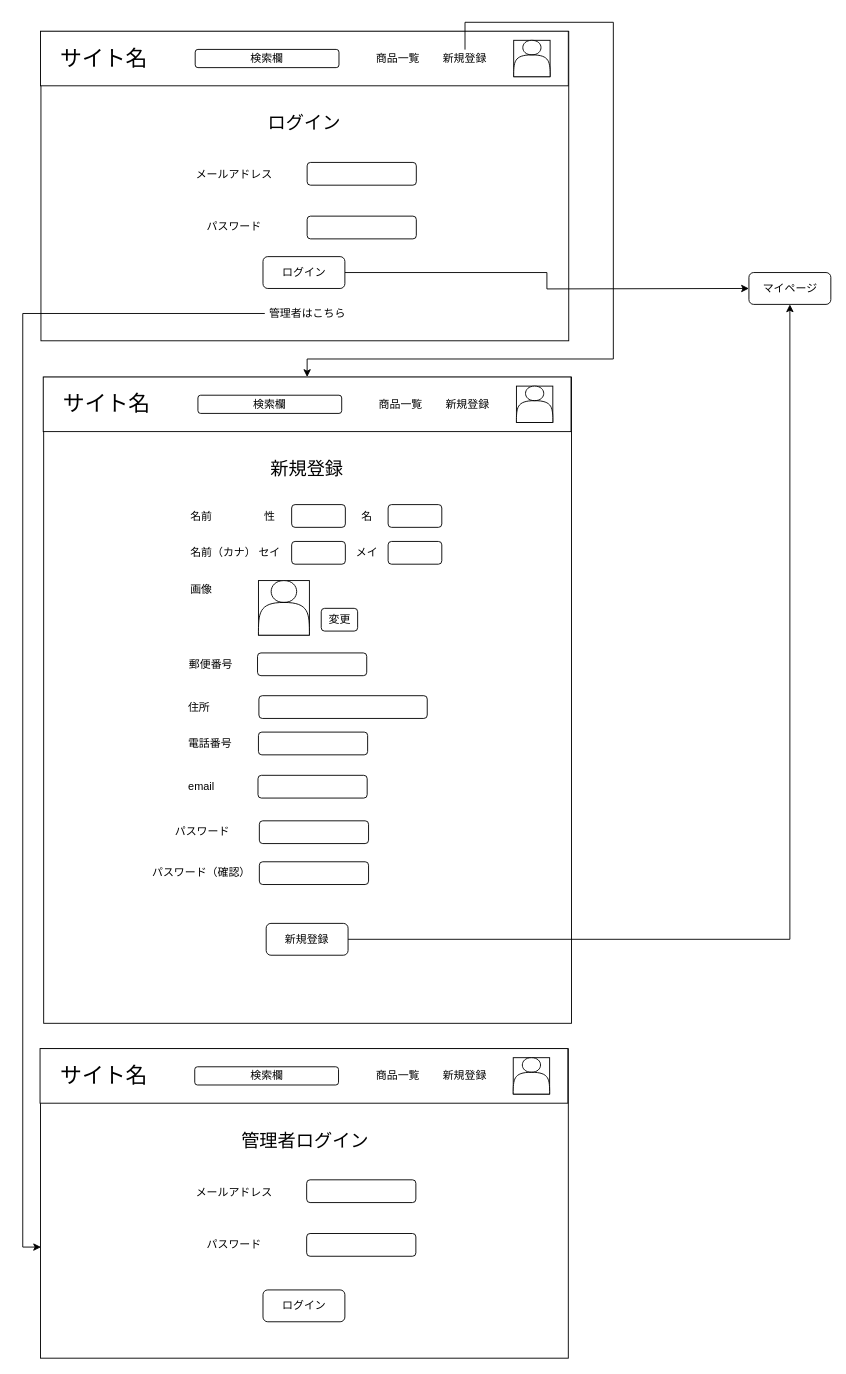
The draw.io diagram page "login" (2 of 3) of EC-site ワイヤーフレーム.drawio in saezurucrow/ec-site, before the edit. Source tidied: cells renumbered, new cells numbered last; positions are measured from the earlier drawing's top-left corner, leaving out a move shared by most shapes. Both pictures are drawn from the tidied source at 91%, with x=0, y=0 at pixel (23, 22).
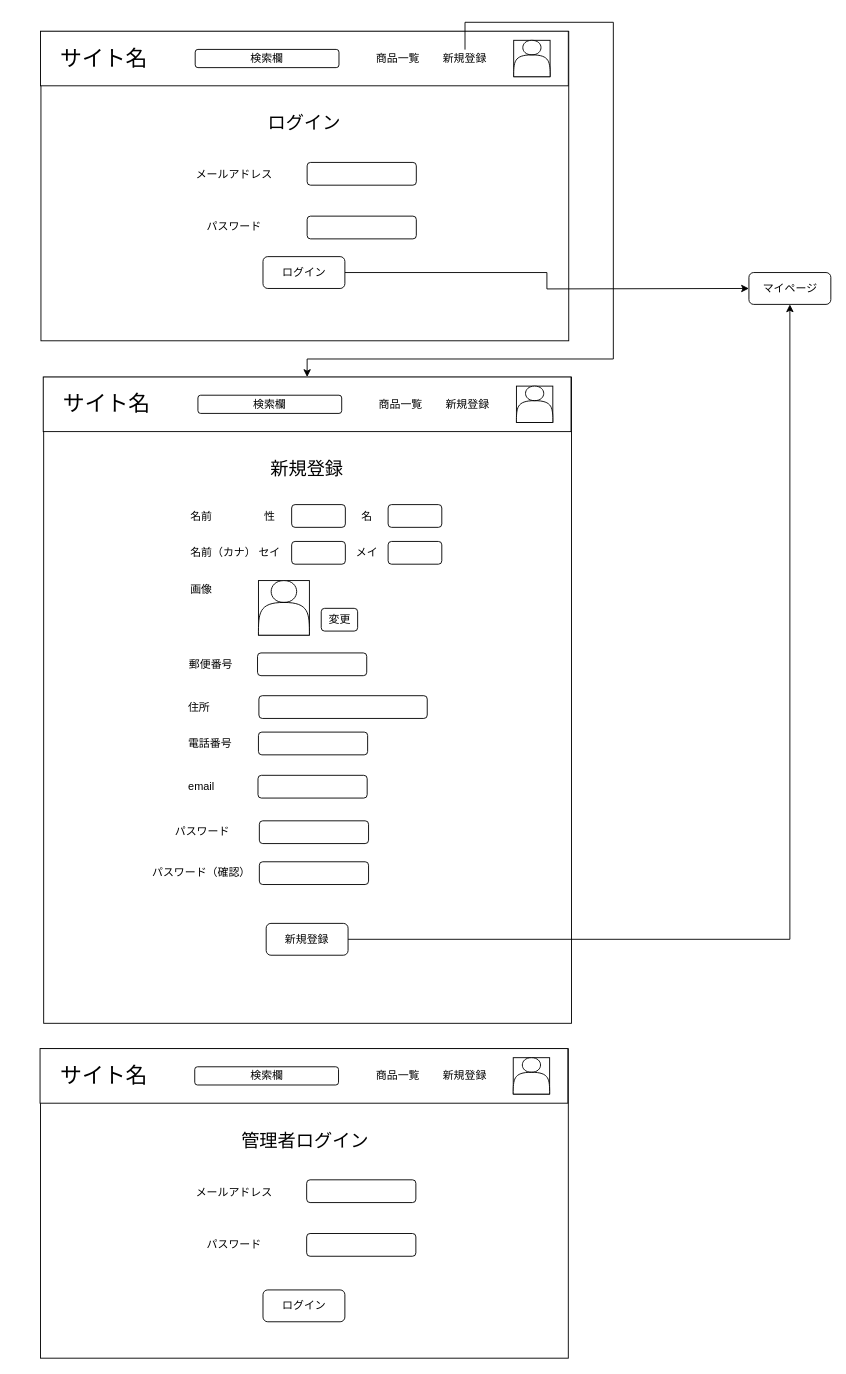
The same diagram, later.

Commit message:
delete admin_login

Unchanged cells that the change refers to:
```xml
<mxCell id="57" style="rounded=0;whiteSpace=wrap;html=1;" parent="1" vertex="1">
  <mxGeometry x="19" y="1128" width="580" height="340" as="geometry" />
</mxCell>
```

Change to the diagram source:
```diff
@@
-    <mxCell id="71" style="edgeStyle=orthogonalEdgeStyle;rounded=0;jettySize=auto;html=1;entryX=0.001;entryY=0.641;entryDx=0;entryDy=0;entryPerimeter=0;" parent="1" edge="1" source="72" target="57">
-      <mxGeometry relative="1" as="geometry">
-        <Array as="points">
-          <mxPoint x="-0.5" y="320" />
-          <mxPoint x="-0.5" y="1346" />
-        </Array>
-      </mxGeometry>
-    </mxCell>
-    <mxCell id="72" value="管理者はこちら" style="text;html=1;strokeColor=none;fillColor=none;align=center;verticalAlign=middle;whiteSpace=wrap;rounded=0;" parent="1" vertex="1">
-      <mxGeometry x="265.5" y="310" width="93" height="20" as="geometry" />
-    </mxCell>
```
